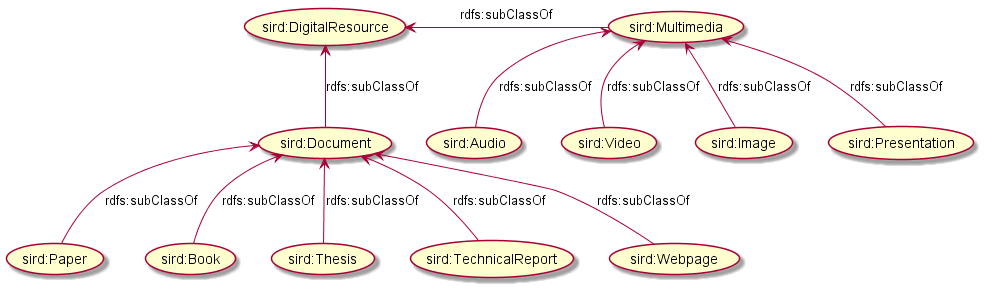
This is Diagramas UML/ClasesRecDigi.png from eriknovic/mi-proyecto-erik, a PlantUML export, as it was before one commit.
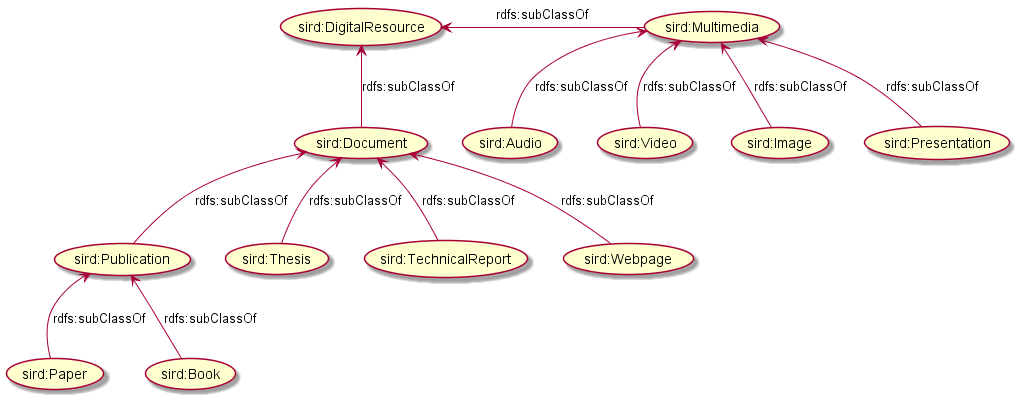
The same file after the commit.

The edit, as a diff of the source:
```diff
@@ -8,10 +8,12 @@
 (sird:Image) -up-> (sird:Multimedia) : rdfs:subClassOf
 (sird:Presentation) -up-> (sird:Multimedia) : rdfs:subClassOf
 
-(sird:Paper) -up-> (sird:Document) : rdfs:subClassOf
-(sird:Book) -up-> (sird:Document) : rdfs:subClassOf
+(sird:Publication) -up-> (sird:Document) : rdfs:subClassOf
 (sird:Thesis) -up-> (sird:Document) : rdfs:subClassOf
 (sird:TechnicalReport) -up-> (sird:Document) : rdfs:subClassOf
 (sird:Webpage) -up-> (sird:Document) : rdfs:subClassOf
 
+(sird:Paper) -up-> (sird:Publication) : rdfs:subClassOf
+(sird:Book) -up-> (sird:Publication) : rdfs:subClassOf
+
 @enduml
```
